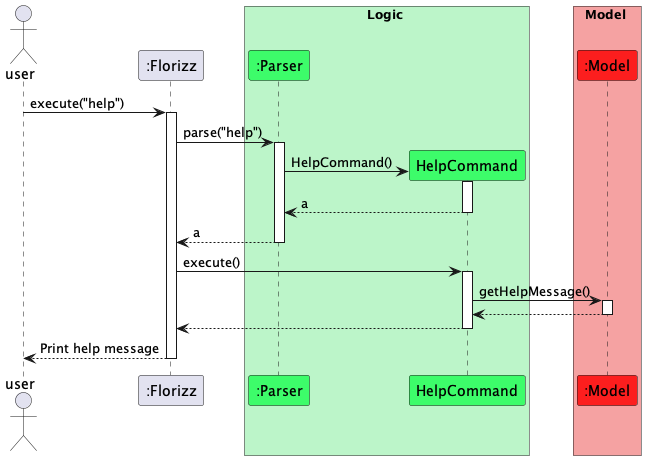
JeffinsonDarmawan/tp keeps this PlantUML diagram as docs/UML-diagrams/Jeffinson/Jeffinson-UML-Help.png. Above is the earlier version. Its diagram source:
```plantuml
@startuml
!include Jeffinson-style.puml

actor "user" as user
participant ":Florizz" as Florizz
box Logic LOGIC_COLOUR
participant ":Parser" as Parser LOGIC_COLOUR_T1
participant "HelpCommand" as HelpCommand LOGIC_COLOUR_T1
end box

box Model MODEL_COLOUR
participant ":Model" as Model MODEL_COLOUR_T1
end box

user -> Florizz : execute("help")
activate Florizz

Florizz -> Parser : parse("help")
activate Parser

create HelpCommand
Parser -> HelpCommand : HelpCommand()
activate HelpCommand

HelpCommand --> Parser : a
deactivate HelpCommand

Parser --> Florizz : a
deactivate Parser

Florizz -> HelpCommand : execute()
activate HelpCommand

HelpCommand -> Model : getHelpMessage()
activate Model

Model --> HelpCommand
deactivate Model

HelpCommand --> Florizz
deactivate HelpCommand

Florizz --> user : Print help message
deactivate Florizz

@enduml
```
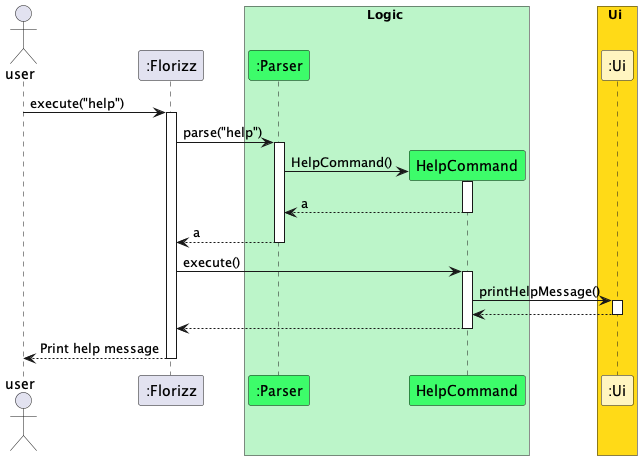
Later version of the same file.

Commit message:
Developer Guide and UML Diagram

Diff of the diagram source:
```diff
@@ -8,8 +8,8 @@
 participant "HelpCommand" as HelpCommand LOGIC_COLOUR_T1
 end box
 
-box Model MODEL_COLOUR
-participant ":Model" as Model MODEL_COLOUR_T1
+box Ui UI_COLOUR
+participant ":Ui" as Ui UI_COLOUR_T1
 end box
 
 user -> Florizz : execute("help")
@@ -31,11 +31,11 @@
 Florizz -> HelpCommand : execute()
 activate HelpCommand
 
-HelpCommand -> Model : getHelpMessage()
-activate Model
+HelpCommand -> Ui : printHelpMessage()
+activate Ui
 
-Model --> HelpCommand
-deactivate Model
+Ui --> HelpCommand
+deactivate Ui
 
 HelpCommand --> Florizz
 deactivate HelpCommand
```
